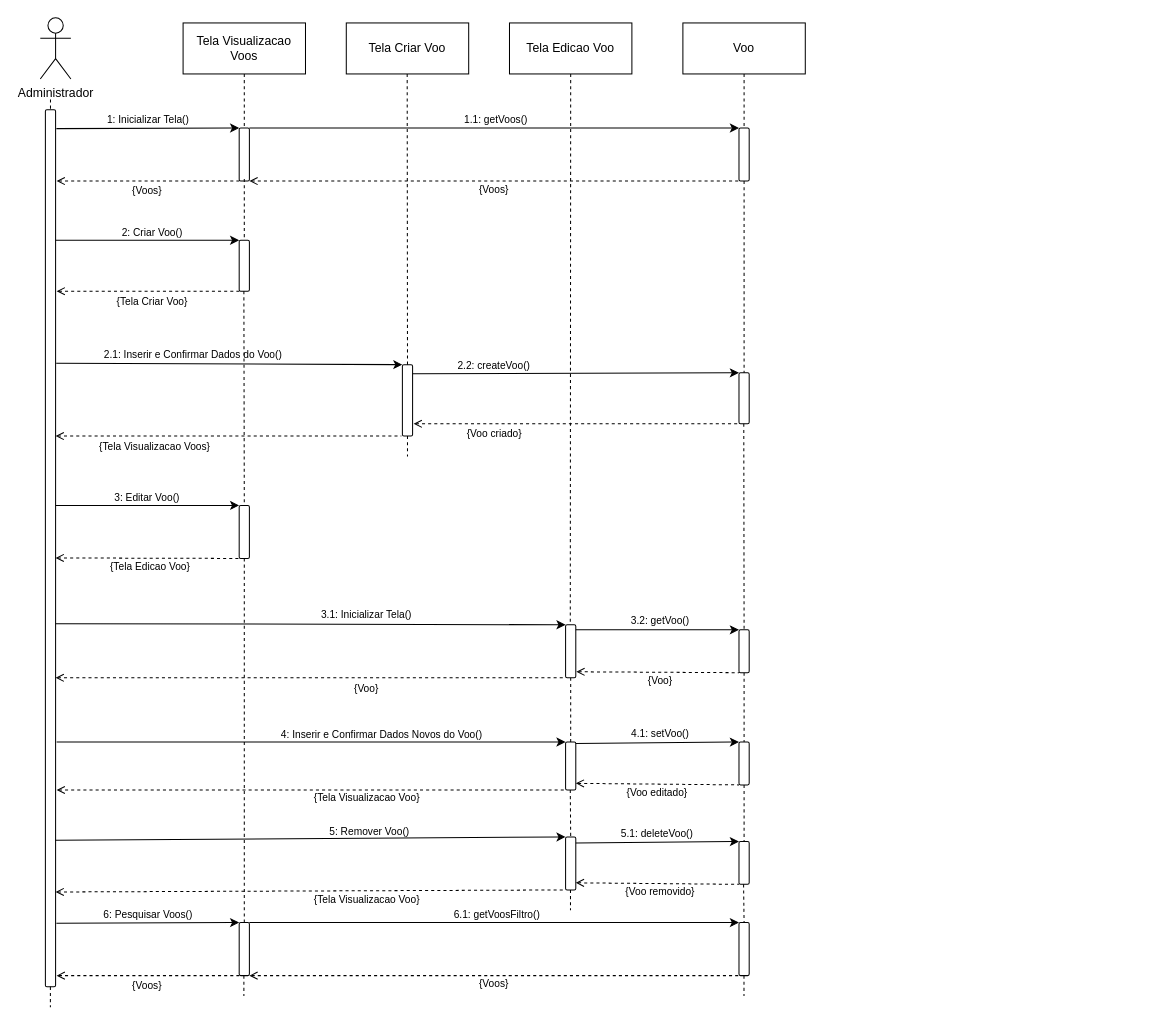
Above: Diagramas/Eng_de_Software/Modelos/Sequencia/Manter_Voos.drawio in GabrielGMori/trabalho-conclus-o-ano (draw.io), before the change. Source tidied: cells renumbered, new cells numbered last; positions are measured from the earlier drawing's top-left corner, leaving out a move shared by most shapes. Both pictures are drawn from the tidied source at 102%, with x=0, y=0 at pixel (40, 17).
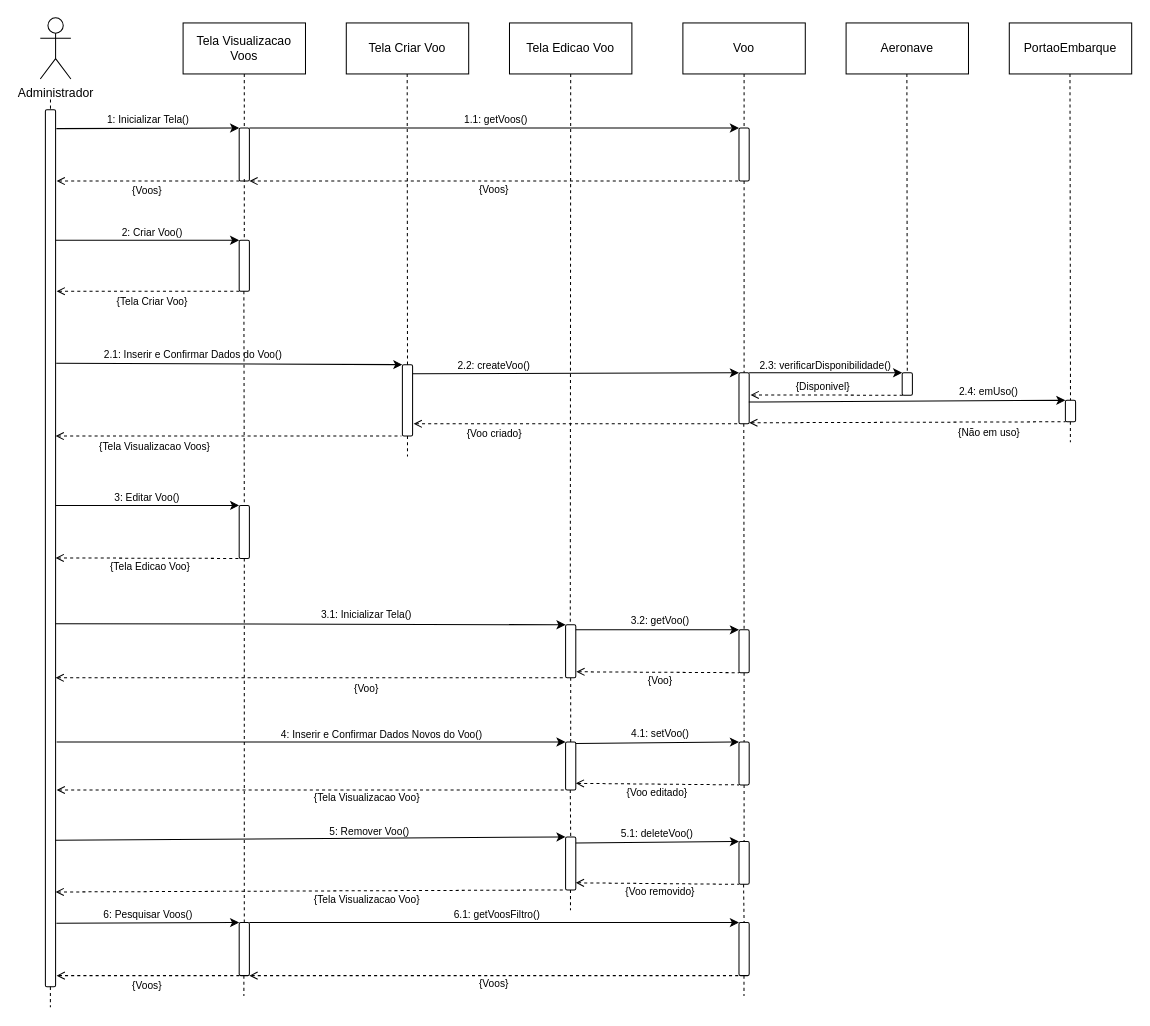
The same diagram, later.

The change refers to these unchanged cells:
```xml
<mxCell id="20" style="rounded=1;whiteSpace=wrap;html=1;" parent="1" vertex="1">
  <mxGeometry x="685" y="348" width="10" height="50" as="geometry" />
</mxCell>
```

The edit, as a diff of the source:
```diff
@@
+    <mxCell id="99" value="Aeronave" style="rounded=0;whiteSpace=wrap;html=1;" parent="1" vertex="1">
+      <mxGeometry x="790" y="5" width="120" height="50" as="geometry" />
+    </mxCell>
+    <mxCell id="100" value="PortaoEmbarque" style="rounded=0;whiteSpace=wrap;html=1;" parent="1" vertex="1">
+      <mxGeometry x="950" y="5" width="120" height="50" as="geometry" />
+    </mxCell>
+    <mxCell id="101" style="rounded=1;whiteSpace=wrap;html=1;" parent="1" vertex="1">
+      <mxGeometry x="845" y="348" width="10" height="22" as="geometry" />
+    </mxCell>
+    <mxCell id="102" style="rounded=1;whiteSpace=wrap;html=1;" parent="1" vertex="1">
+      <mxGeometry x="1005" y="375" width="10" height="21" as="geometry" />
+    </mxCell>
+    <mxCell id="103" style="endArrow=none;dashed=1;html=1;rounded=0;entryX=0.5;entryY=0;entryDx=0;entryDy=0;" parent="1" edge="1" target="101">
+      <mxGeometry relative="1" as="geometry">
+        <mxPoint x="849.6" y="55" as="sourcePoint" />
+      </mxGeometry>
+    </mxCell>
+    <mxCell id="104" style="endArrow=none;dashed=1;html=1;rounded=0;entryX=0.5;entryY=0;entryDx=0;entryDy=0;" parent="1" edge="1" target="102">
+      <mxGeometry relative="1" as="geometry">
+        <mxPoint x="1009.5" y="55" as="sourcePoint" />
+      </mxGeometry>
+    </mxCell>
+    <mxCell id="105" style="endArrow=classic;html=1;rounded=0;entryX=0;entryY=0;entryDx=0;entryDy=0;exitX=1;exitY=0;exitDx=0;exitDy=0;" parent="1" edge="1" source="20">
+      <mxGeometry relative="1" as="geometry">
+        <mxPoint x="845" y="348" as="targetPoint" />
+      </mxGeometry>
+    </mxCell>
+    <mxCell id="106" style="endArrow=none;html=1;rounded=0;entryX=0;entryY=1;entryDx=0;entryDy=0;dashed=1;endFill=0;startArrow=open;startFill=0;exitX=1.133;exitY=0.433;exitDx=0;exitDy=0;exitPerimeter=0;" parent="1" edge="1" source="20">
+      <mxGeometry relative="1" as="geometry">
+        <mxPoint x="847" y="370" as="targetPoint" />
+      </mxGeometry>
+    </mxCell>
+    <mxCell id="107" style="endArrow=classic;html=1;rounded=0;exitX=0.965;exitY=0.573;exitDx=0;exitDy=0;exitPerimeter=0;entryX=0;entryY=0;entryDx=0;entryDy=0;" parent="1" edge="1" source="20" target="102">
+      <mxGeometry relative="1" as="geometry" />
+    </mxCell>
+    <mxCell id="108" style="endArrow=none;html=1;rounded=0;entryX=0;entryY=1;entryDx=0;entryDy=0;dashed=1;endFill=0;startArrow=open;startFill=0;" parent="1" edge="1" target="102">
+      <mxGeometry relative="1" as="geometry">
+        <mxPoint x="695" y="397" as="sourcePoint" />
+      </mxGeometry>
+    </mxCell>
+    <mxCell id="109" style="endArrow=none;dashed=1;html=1;rounded=0;exitX=0.5;exitY=1;exitDx=0;exitDy=0;" parent="1" edge="1">
+      <mxGeometry relative="1" as="geometry">
+        <mxPoint x="1009.9" y="396" as="sourcePoint" />
+        <mxPoint x="1009.9" y="416" as="targetPoint" />
+      </mxGeometry>
+    </mxCell>
+    <mxCell id="110" value="2.3: verificarDisponibilidade()" style="text;html=1;align=center;verticalAlign=middle;whiteSpace=wrap;rounded=0;fontSize=10;" parent="1" vertex="1">
+      <mxGeometry x="670" y="331" width="200" height="20" as="geometry" />
+    </mxCell>
+    <mxCell id="111" value="2.4: emUso()" style="text;html=1;align=center;verticalAlign=middle;whiteSpace=wrap;rounded=0;fontSize=10;" parent="1" vertex="1">
+      <mxGeometry x="830" y="356" width="200" height="20" as="geometry" />
+    </mxCell>
+    <mxCell id="112" value="{Disponivel}" style="text;html=1;align=center;verticalAlign=middle;whiteSpace=wrap;rounded=0;fontSize=10;" parent="1" vertex="1">
+      <mxGeometry x="690" y="351" width="155" height="20" as="geometry" />
+    </mxCell>
+    <mxCell id="113" value="{Não em uso}" style="text;html=1;align=center;verticalAlign=middle;whiteSpace=wrap;rounded=0;fontSize=10;" parent="1" vertex="1">
+      <mxGeometry x="852.5" y="396" width="155" height="20" as="geometry" />
+    </mxCell>
```
